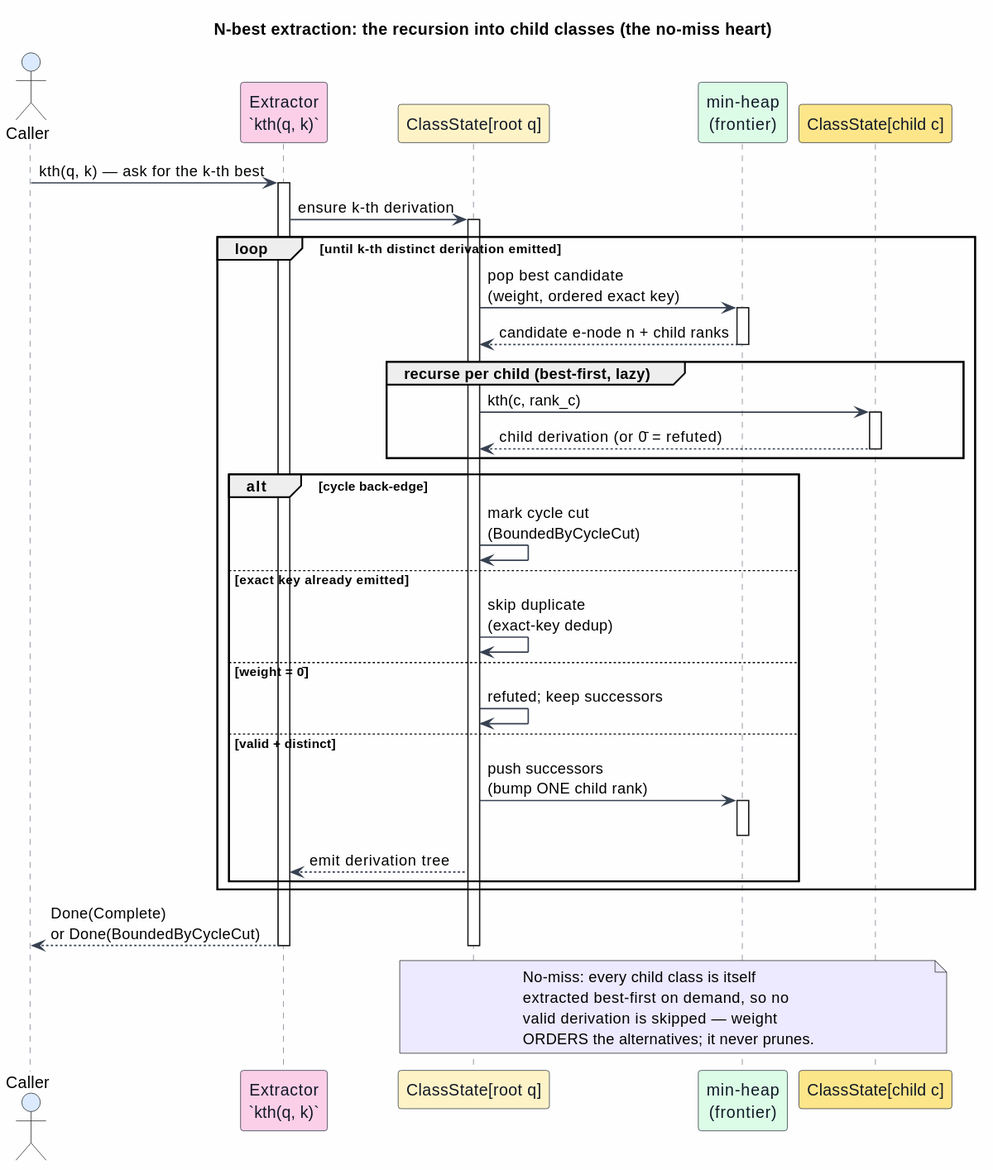
The PlantUML diagram docs/architecture/dovetail/figures/05-extraction-sequence.svg in F1R3FLY-io/mettail-rust, before a commit. Source of this version:
```plantuml
@startuml
title N-best extraction: the recursion into child classes (the no-miss heart)

skinparam backgroundColor #FEFEFE
skinparam shadowing false
skinparam ArrowThickness 1.2
skinparam sequence {
  ArrowColor #374151
  LifeLineBorderColor #6B7280
  ParticipantBorderColor #1F2937
  ParticipantFontColor #111827
}

actor "Caller" as caller #DBEAFE
participant "Extractor\n`kth(q, k)`" as ex #FBCFE8
participant "ClassState[root q]" as root #FEF3C7
participant "min-heap\n(frontier)" as heap #DCFCE7
participant "ClassState[child c]" as child #FDE68A

caller -> ex : kth(q, k)  — ask for the k-th best
activate ex
ex -> root : ensure k-th derivation
activate root

loop until k-th distinct derivation emitted
  root -> heap : pop best candidate\n(weight, ordered exact key)
  activate heap
  heap --> root : candidate e-node n + child ranks
  deactivate heap

  group recurse per child (best-first, lazy)
    root -> child : kth(c, rank_c)
    activate child
    child --> root : child derivation  (or 0̄ = refuted)
    deactivate child
  end

  alt cycle back-edge
    root -> root : mark cycle cut\n(BoundedByCycleCut)
  else exact key already emitted
    root -> root : skip duplicate\n(exact-key dedup)
  else weight = 0̄
    root -> root : refuted; keep successors
  else valid + distinct
    root -> heap : push successors\n(bump ONE child rank)
    activate heap
    deactivate heap
    root --> ex : emit derivation tree
  end
end

ex --> caller : Done(Complete)\nor Done(BoundedByCycleCut)
deactivate root
deactivate ex

note over root, child #EDE9FE
  No-miss: every child class is itself
  extracted best-first on demand, so no
  valid derivation is skipped — weight
  ORDERS the alternatives; it never prunes.
end note
@enduml
```
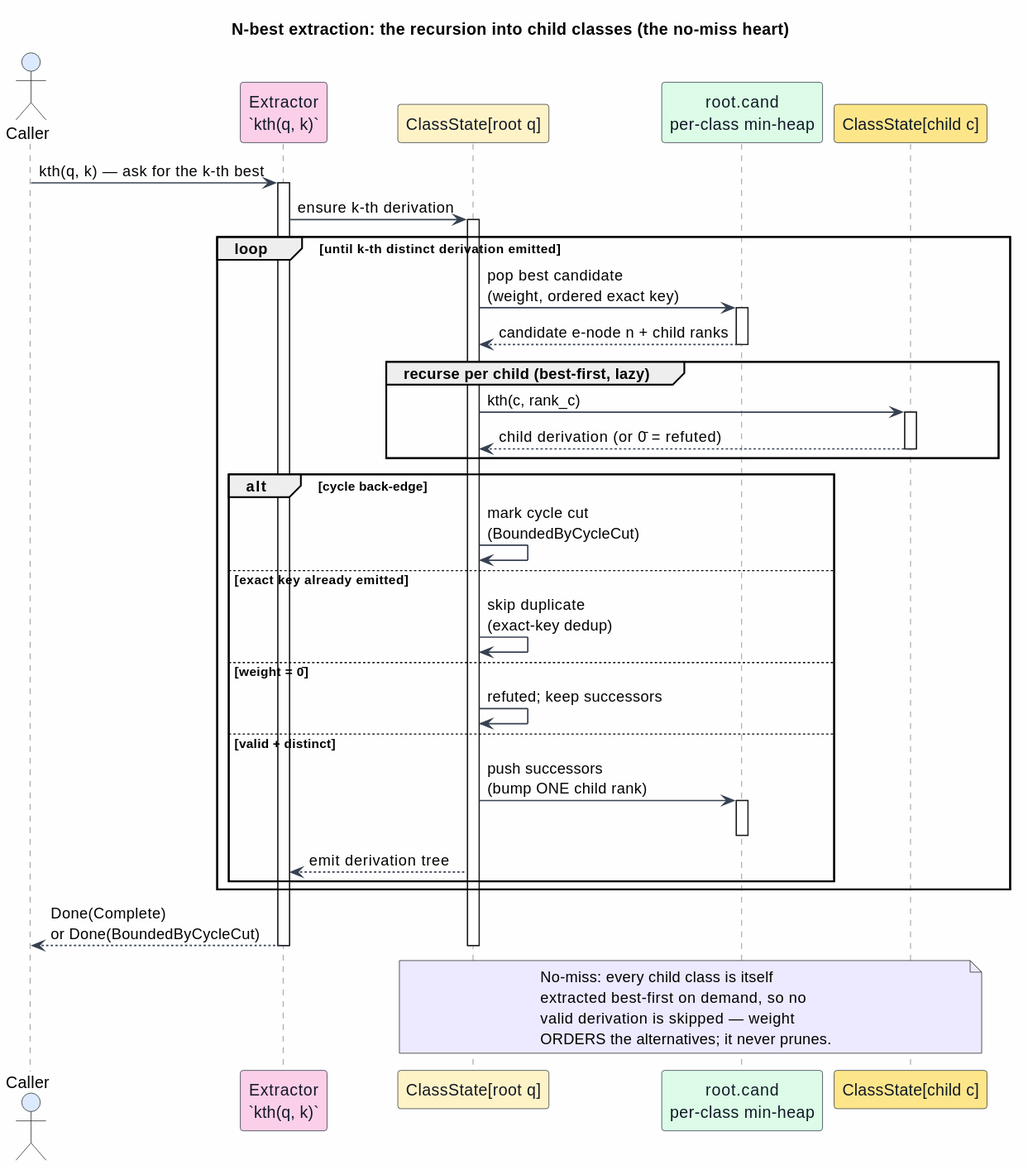
The same file after the commit.

Diff of the diagram source:
```diff
@@ -14,7 +14,7 @@
 actor "Caller" as caller #DBEAFE
 participant "Extractor\n`kth(q, k)`" as ex #FBCFE8
 participant "ClassState[root q]" as root #FEF3C7
-participant "min-heap\n(frontier)" as heap #DCFCE7
+participant "root.cand\nper-class min-heap" as heap #DCFCE7
 participant "ClassState[child c]" as child #FDE68A
 
 caller -> ex : kth(q, k)  — ask for the k-th best
```
